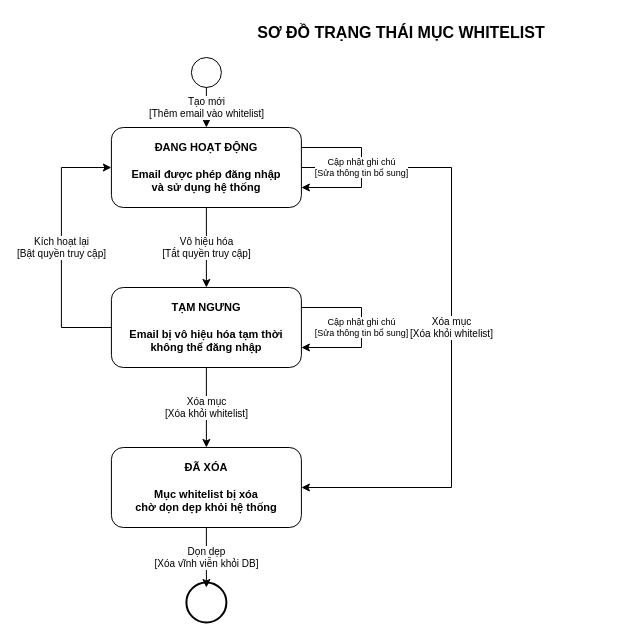
This is diagrams/state/3_whitelist_entry_state.drawio from VennDev/VRecommendSystem, a draw.io file, before an edit. Source tidied: cells renumbered, new cells numbered last; positions are measured from the earlier drawing's top-left corner, leaving out a move shared by most shapes. Both pictures are drawn from the tidied source at 100%, with x=0, y=0 at pixel (61, 17).
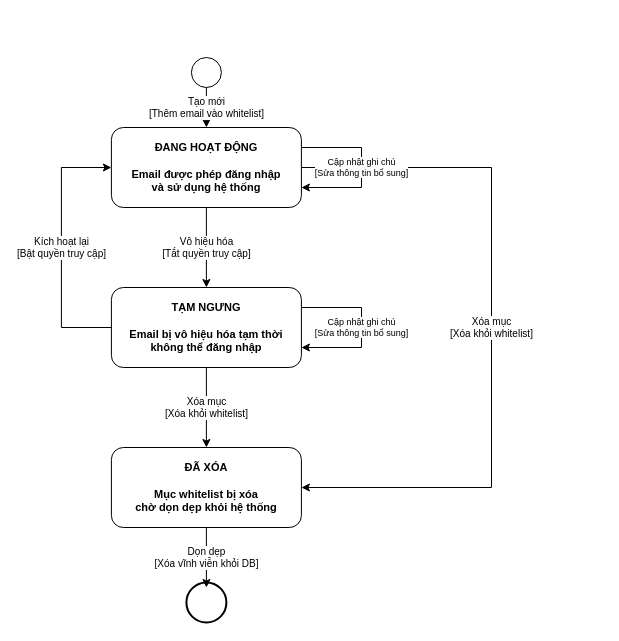
After the change.

The change refers to these unchanged cells:
```xml
<mxCell id="4" value="ĐANG HOẠT ĐỘNG&#10;&#10;Email được phép đăng nhập&#10;và sử dụng hệ thống" style="rounded=1;whiteSpace=wrap;html=1;fontSize=11;fontStyle=1;" parent="1" vertex="1">
  <mxGeometry x="49.9" y="110" width="190" height="80" as="geometry" />
</mxCell>
<mxCell id="6" value="ĐÃ XÓA&#10;&#10;Mục whitelist bị xóa&#10;chờ dọn dẹp khỏi hệ thống" style="rounded=1;whiteSpace=wrap;html=1;fontSize=11;fontStyle=1;" parent="1" vertex="1">
  <mxGeometry x="49.9" y="430" width="190" height="80" as="geometry" />
</mxCell>
```

What changed in the source:
```diff
@@
-    <mxCell id="2" value="SƠ ĐỒ TRẠNG THÁI MỤC WHITELIST" style="text;html=1;align=center;verticalAlign=middle;whiteSpace=wrap;rounded=0;fontSize=16;fontStyle=1;" parent="1" vertex="1">
-      <mxGeometry x="140" width="400" height="30" as="geometry" />
-    </mxCell>
@@
     <mxCell id="12" value="Xóa mục&#10;[Xóa khỏi whitelist]" style="edgeStyle=orthogonalEdgeStyle;rounded=0;jettySize=auto;html=1;endArrow=classic;endFill=1;fontSize=10;" parent="1" edge="1" source="4" target="6">
       <mxGeometry relative="1" as="geometry">
         <Array as="points">
-          <mxPoint x="390" y="150" />
-          <mxPoint x="390" y="470" />
+          <mxPoint x="430" y="150" />
+          <mxPoint x="430" y="470" />
         </Array>
       </mxGeometry>
     </mxCell>
```
